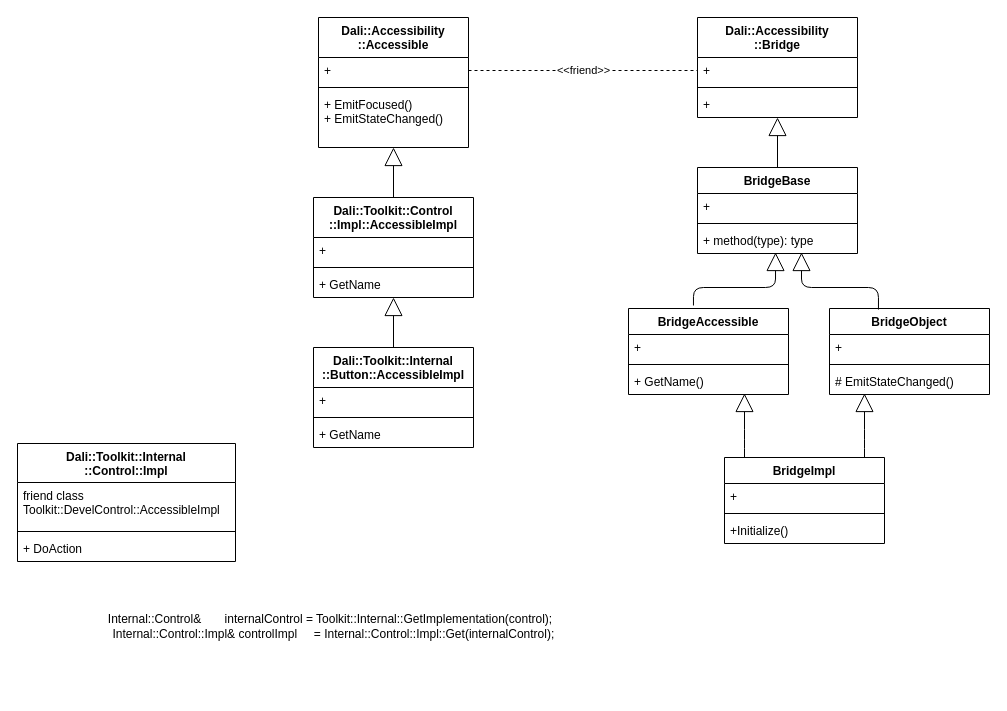
Above: Untitled Diagram.drawio in taehyub/hello-world (draw.io), before the change. Source tidied: cells renumbered, new cells numbered last; positions are measured from the earlier drawing's top-left corner, leaving out a move shared by most shapes. Both pictures are drawn from the tidied source at 100%, with x=0, y=0 at pixel (17, 17).
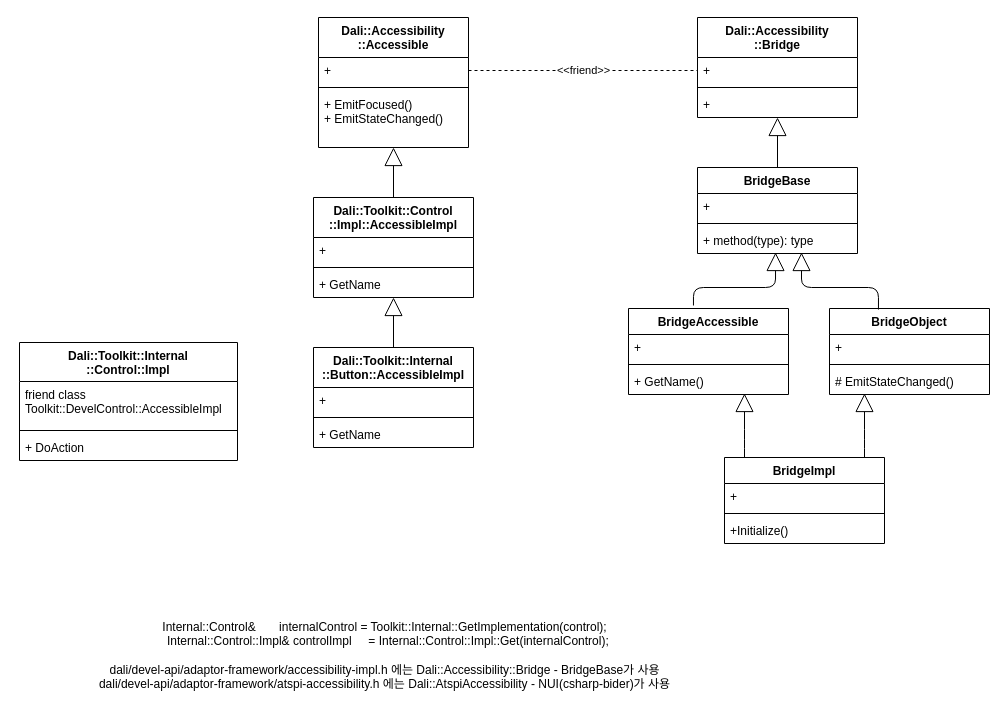
After the change.

Diff of the diagram source:
```diff
@@
-    <mxCell id="42" value="Internal::Control&amp;       internalControl = Toolkit::Internal::GetImplementation(control);&#10;  Internal::Control::Impl&amp; controlImpl     = Internal::Control::Impl::Get(internalControl);" style="text;html=1;strokeColor=none;fillColor=none;align=center;verticalAlign=middle;whiteSpace=wrap;rounded=0;" parent="1" vertex="1">
-      <mxGeometry x="32" y="599" width="562" height="20" as="geometry" />
+    <mxCell id="42" value="Internal::Control&amp;amp;&amp;nbsp; &amp;nbsp; &amp;nbsp; &amp;nbsp;internalControl = Toolkit::Internal::GetImplementation(control);&lt;br&gt;&amp;nbsp; Internal::Control::Impl&amp;amp; controlImpl&amp;nbsp; &amp;nbsp; &amp;nbsp;= Internal::Control::Impl::Get(internalControl);&lt;br&gt;&lt;br&gt;dali/devel-api/adaptor-framework/accessibility-impl.h 에는 Dali::Accessibility::Bridge - BridgeBase가 사용&lt;br&gt;dali/devel-api/adaptor-framework/atspi-accessibility.h 에는 Dali::AtspiAccessibility - NUI(csharp-bider)가 사용" style="text;html=1;strokeColor=none;fillColor=none;align=center;verticalAlign=middle;whiteSpace=wrap;rounded=0;" parent="1" vertex="1">
+      <mxGeometry x="32" y="600" width="671" height="76" as="geometry" />
     </mxCell>
     <mxCell id="43" value="Dali::Toolkit::Internal&#10;::Control::Impl" style="swimlane;fontStyle=1;align=center;verticalAlign=top;horizontal=1;startSize=39;" parent="1" vertex="1">
-      <mxGeometry y="426" width="218" height="118" as="geometry" />
+      <mxGeometry x="2" y="325" width="218" height="118" as="geometry" />
     </mxCell>
```
